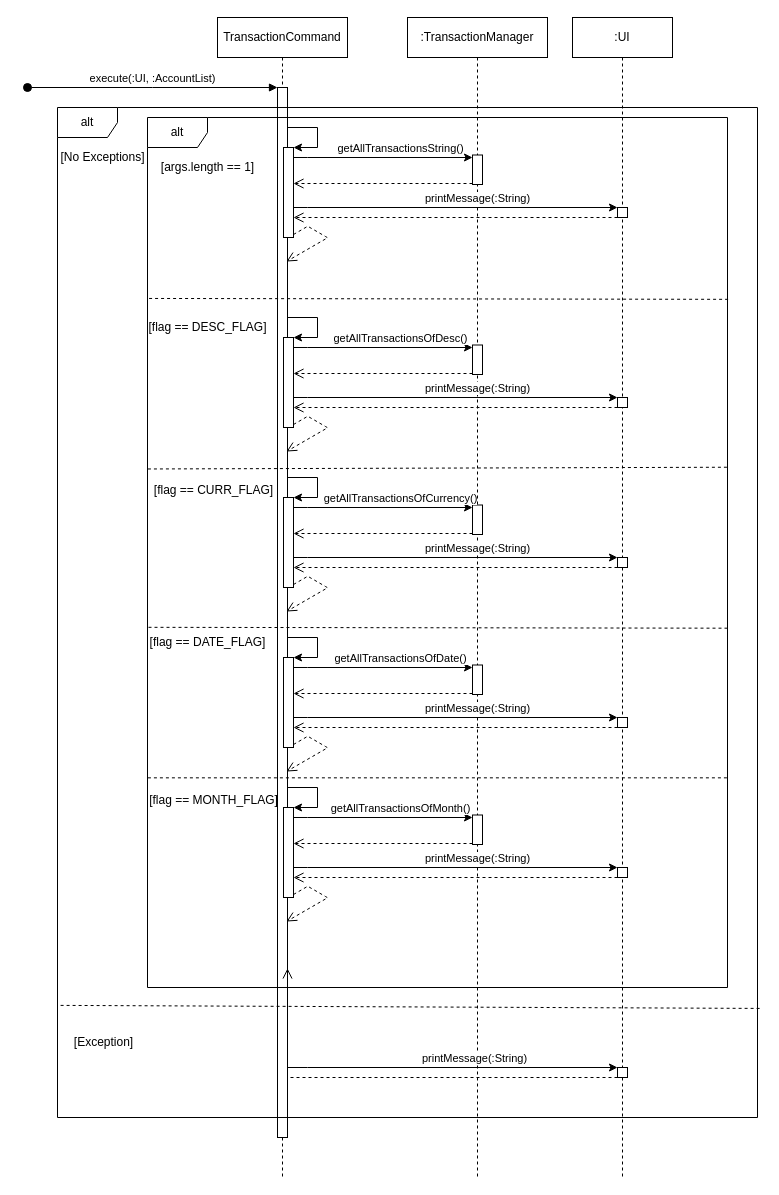
Before: docs/diagrams/ShowTransactionsSeqDiagram.drawio in woowenjun99/tp, a draw.io diagram. Source tidied: cells renumbered, new cells numbered last; positions are measured from the earlier drawing's top-left corner, leaving out a move shared by most shapes. Both pictures are drawn from the tidied source at 100%, with x=0, y=0 at pixel (27, 17).
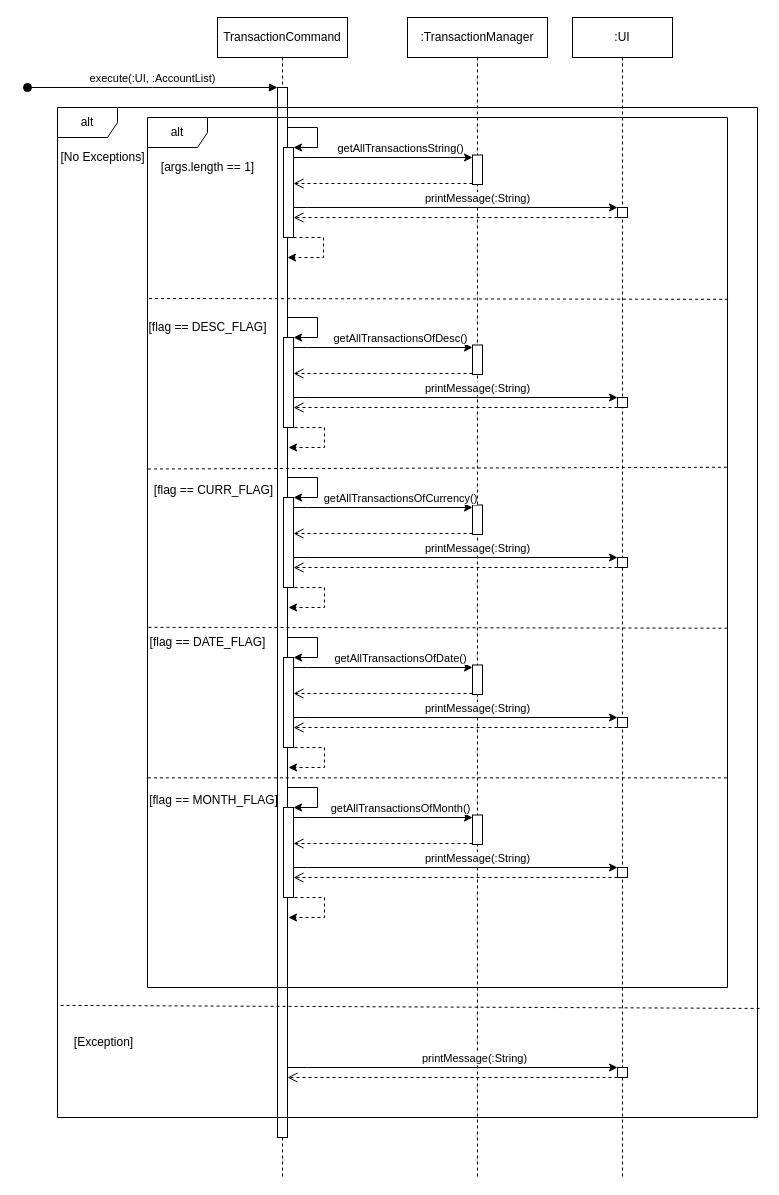
The same page after the edit.

Commit message (it also covers changes not shown here):
Fix minor errors in sequence diagram

The change refers to these unchanged cells:
```xml
<mxCell id="3" style="html=1;points=[];perimeter=orthogonalPerimeter;outlineConnect=0;targetShapes=umlLifeline;portConstraint=eastwest;newEdgeStyle={&quot;edgeStyle&quot;:&quot;elbowEdgeStyle&quot;,&quot;elbow&quot;:&quot;vertical&quot;,&quot;curved&quot;:0,&quot;rounded&quot;:0};" parent="2" vertex="1">
  <mxGeometry x="60" y="70" width="10" height="1050" as="geometry" />
</mxCell>
```

The edit, as a diff of the source:
```diff
@@
-    <mxCell id="17" style="html=1;verticalAlign=bottom;endArrow=open;dashed=1;endSize=8;edgeStyle=isometricEdgeStyle;rounded=0;" parent="1" edge="1">
-      <mxGeometry x="-0.6" y="120" relative="1" as="geometry">
-        <mxPoint x="266" y="217" as="sourcePoint" />
-        <mxPoint x="259" y="244" as="targetPoint" />
-        <Array as="points">
-          <mxPoint x="298" y="219" />
-          <mxPoint x="300" y="240" />
-          <mxPoint x="310" y="200" />
-          <mxPoint x="410" y="200" />
-          <mxPoint x="370" y="300" />
-          <mxPoint x="310" y="200" />
-          <mxPoint x="330" y="220" />
-          <mxPoint x="300" y="180" />
-        </Array>
-        <mxPoint x="116" y="-90" as="offset" />
-      </mxGeometry>
-    </mxCell>
@@
-    <mxCell id="35" style="html=1;verticalAlign=bottom;endArrow=open;dashed=1;endSize=8;edgeStyle=isometricEdgeStyle;rounded=0;" parent="1" edge="1">
-      <mxGeometry x="-0.6" y="120" relative="1" as="geometry">
-        <mxPoint x="266" y="407" as="sourcePoint" />
-        <mxPoint x="259" y="434" as="targetPoint" />
-        <Array as="points">
-          <mxPoint x="298" y="409" />
-          <mxPoint x="300" y="430" />
-          <mxPoint x="310" y="390" />
-          <mxPoint x="410" y="390" />
-          <mxPoint x="370" y="490" />
-          <mxPoint x="310" y="390" />
-          <mxPoint x="330" y="410" />
-          <mxPoint x="300" y="370" />
-        </Array>
-        <mxPoint x="116" y="-90" as="offset" />
-      </mxGeometry>
-    </mxCell>
@@
-    <mxCell id="46" style="html=1;verticalAlign=bottom;endArrow=open;dashed=1;endSize=8;edgeStyle=isometricEdgeStyle;rounded=0;" parent="1" edge="1">
-      <mxGeometry x="-0.6" y="120" relative="1" as="geometry">
-        <mxPoint x="266" y="567" as="sourcePoint" />
-        <mxPoint x="259" y="594" as="targetPoint" />
-        <Array as="points">
-          <mxPoint x="298" y="569" />
-          <mxPoint x="300" y="590" />
-          <mxPoint x="310" y="550" />
-          <mxPoint x="410" y="550" />
-          <mxPoint x="370" y="650" />
-          <mxPoint x="310" y="550" />
-          <mxPoint x="330" y="570" />
-          <mxPoint x="300" y="530" />
-        </Array>
-        <mxPoint x="116" y="-90" as="offset" />
-      </mxGeometry>
-    </mxCell>
@@
-    <mxCell id="57" style="html=1;verticalAlign=bottom;endArrow=open;dashed=1;endSize=8;edgeStyle=isometricEdgeStyle;rounded=0;" parent="1" edge="1">
-      <mxGeometry x="-0.6" y="120" relative="1" as="geometry">
-        <mxPoint x="266" y="727" as="sourcePoint" />
-        <mxPoint x="259" y="754" as="targetPoint" />
-        <Array as="points">
-          <mxPoint x="298" y="729" />
-          <mxPoint x="300" y="750" />
-          <mxPoint x="310" y="710" />
-          <mxPoint x="410" y="710" />
-          <mxPoint x="370" y="810" />
-          <mxPoint x="310" y="710" />
-          <mxPoint x="330" y="730" />
-          <mxPoint x="300" y="690" />
-        </Array>
-        <mxPoint x="116" y="-90" as="offset" />
-      </mxGeometry>
-    </mxCell>
@@
-    <mxCell id="67" style="html=1;verticalAlign=bottom;endArrow=open;dashed=1;endSize=8;edgeStyle=isometricEdgeStyle;rounded=0;" parent="1" edge="1">
-      <mxGeometry x="-0.6" y="120" relative="1" as="geometry">
-        <mxPoint x="266" y="877" as="sourcePoint" />
-        <mxPoint x="259" y="904" as="targetPoint" />
-        <Array as="points">
-          <mxPoint x="298" y="879" />
-          <mxPoint x="300" y="900" />
-          <mxPoint x="310" y="860" />
-          <mxPoint x="410" y="860" />
-          <mxPoint x="370" y="960" />
-          <mxPoint x="310" y="860" />
-          <mxPoint x="330" y="880" />
-          <mxPoint x="300" y="840" />
-        </Array>
-        <mxPoint x="116" y="-90" as="offset" />
-      </mxGeometry>
-    </mxCell>
@@
-    <mxCell id="78" style="html=1;verticalAlign=bottom;endArrow=open;dashed=1;endSize=8;edgeStyle=elbowEdgeStyle;elbow=vertical;curved=0;rounded=0;entryX=1;entryY=0.839;entryDx=0;entryDy=0;entryPerimeter=0;" parent="1" edge="1" target="3">
+    <mxCell id="78" style="html=1;verticalAlign=bottom;endArrow=open;dashed=1;endSize=8;edgeStyle=elbowEdgeStyle;elbow=vertical;curved=0;rounded=0;" parent="1" edge="1">
       <mxGeometry x="0.18" relative="1" as="geometry">
         <mxPoint x="590" y="1060" as="sourcePoint" />
+        <mxPoint x="260" y="1060" as="targetPoint" />
         <Array as="points">
           <mxPoint x="330" y="1060" />
           <mxPoint x="340" y="1070" />
           <mxPoint x="360" y="1070" />
           <mxPoint x="300" y="1054" />
         </Array>
       </mxGeometry>
     </mxCell>
@@
+    <mxCell id="80" style="endArrow=classic;html=1;rounded=0;dashed=1;" parent="1" edge="1">
+      <mxGeometry relative="1" as="geometry">
+        <mxPoint x="266" y="220" as="sourcePoint" />
+        <mxPoint x="260" y="240" as="targetPoint" />
+        <Array as="points">
+          <mxPoint x="296" y="220" />
+          <mxPoint x="296" y="240" />
+        </Array>
+      </mxGeometry>
+    </mxCell>
+    <mxCell id="81" style="endArrow=classic;html=1;rounded=0;dashed=1;" parent="1" edge="1">
+      <mxGeometry relative="1" as="geometry">
+        <mxPoint x="267" y="410" as="sourcePoint" />
+        <mxPoint x="261" y="430" as="targetPoint" />
+        <Array as="points">
+          <mxPoint x="297" y="410" />
+          <mxPoint x="297" y="430" />
+        </Array>
+      </mxGeometry>
+    </mxCell>
+    <mxCell id="82" style="endArrow=classic;html=1;rounded=0;dashed=1;" parent="1" edge="1">
+      <mxGeometry relative="1" as="geometry">
+        <mxPoint x="267" y="570" as="sourcePoint" />
+        <mxPoint x="261" y="590" as="targetPoint" />
+        <Array as="points">
+          <mxPoint x="297" y="570" />
+          <mxPoint x="297" y="590" />
+        </Array>
+      </mxGeometry>
+    </mxCell>
+    <mxCell id="83" style="endArrow=classic;html=1;rounded=0;dashed=1;" parent="1" edge="1">
+      <mxGeometry relative="1" as="geometry">
+        <mxPoint x="267" y="730" as="sourcePoint" />
+        <mxPoint x="261" y="750" as="targetPoint" />
+        <Array as="points">
+          <mxPoint x="297" y="730" />
+          <mxPoint x="297" y="750" />
+        </Array>
+      </mxGeometry>
+    </mxCell>
+    <mxCell id="84" style="endArrow=classic;html=1;rounded=0;dashed=1;" parent="1" edge="1">
+      <mxGeometry relative="1" as="geometry">
+        <mxPoint x="267" y="880" as="sourcePoint" />
+        <mxPoint x="261" y="900" as="targetPoint" />
+        <Array as="points">
+          <mxPoint x="297" y="880" />
+          <mxPoint x="297" y="900" />
+        </Array>
+      </mxGeometry>
+    </mxCell>
```
